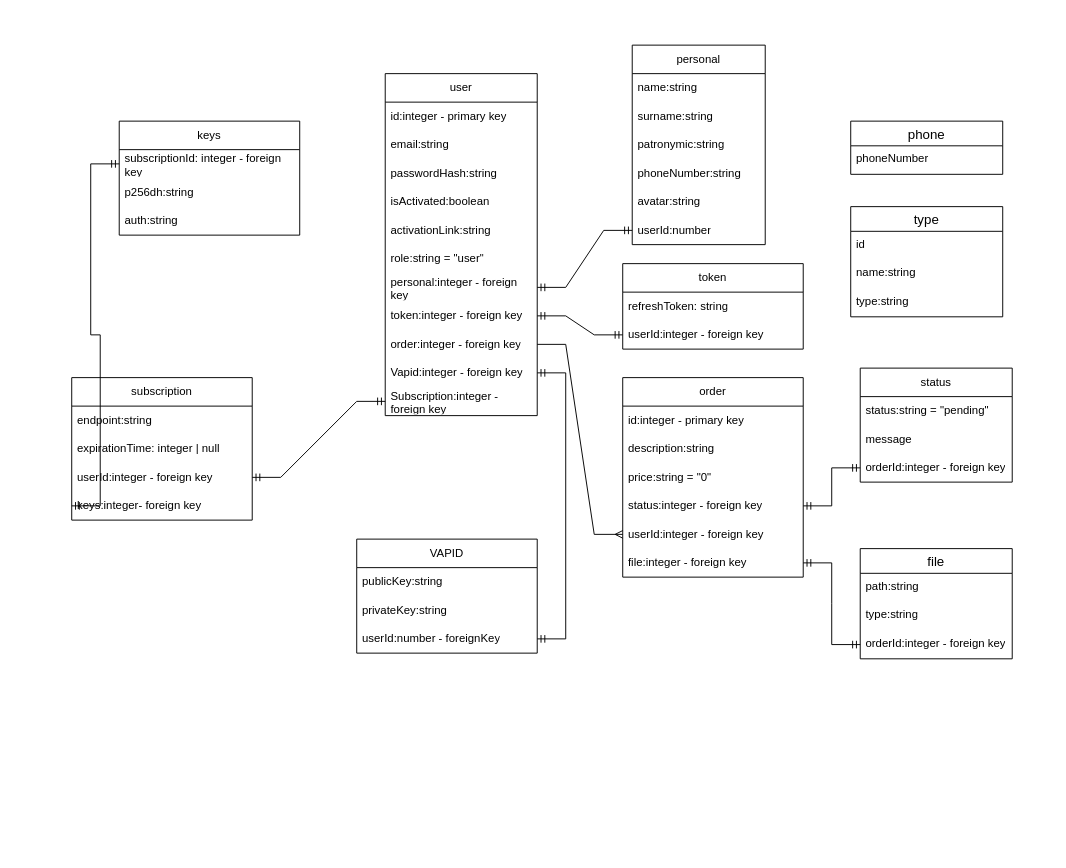
Above: ER.drawio in mv-Arthur/diploma (draw.io), before the change. Source tidied: cells renumbered, new cells numbered last; positions are measured from the earlier drawing's top-left corner, leaving out a move shared by most shapes. Both pictures are drawn from the tidied source at 95%, with x=0, y=0 at pixel (5, 45).
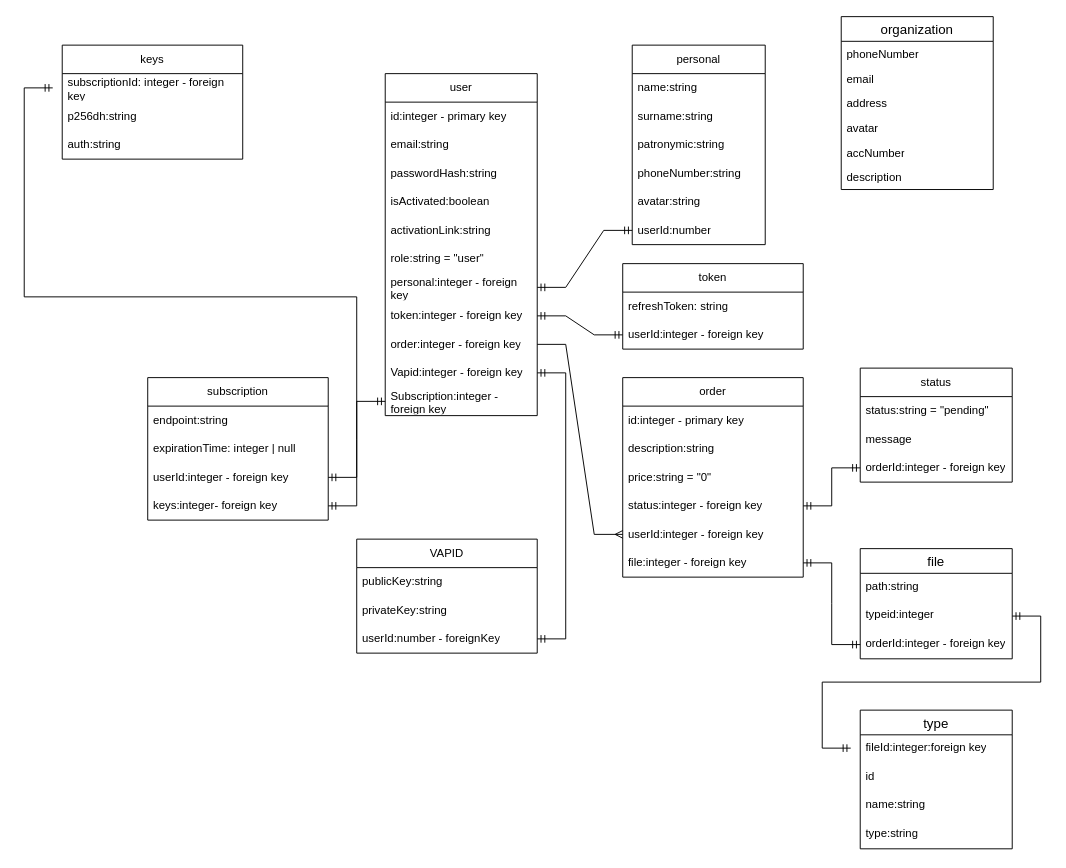
Above is the later version.

The change refers to these unchanged cells:
```xml
<mxCell id="26" value="file" style="swimlane;fontStyle=0;horizontal=1;startSize=26;align=center;fontSize=14;" parent="1" vertex="1">
  <mxGeometry x="900" y="530" width="160" height="116" as="geometry" />
</mxCell>
<mxCell id="51" value="keys:integer- foreign key" style="text;strokeColor=none;fillColor=none;align=left;verticalAlign=middle;spacingLeft=4;spacingRight=4;overflow=hidden;points=[[0,0.5],[1,0.5]];portConstraint=eastwest;whiteSpace=wrap;html=1;" parent="47" vertex="1">
  <mxGeometry y="120" width="190" height="30" as="geometry" />
</mxCell>
<mxCell id="54" value="subscriptionId: integer - foreign key" style="text;strokeColor=none;fillColor=none;align=left;verticalAlign=middle;spacingLeft=4;spacingRight=4;overflow=hidden;points=[[0,0.5],[1,0.5]];portConstraint=eastwest;whiteSpace=wrap;html=1;" parent="53" vertex="1">
  <mxGeometry y="30" width="190" height="30" as="geometry" />
</mxCell>
```

Change to the diagram source:
```diff
@@
-    <mxCell id="18" value="order" style="swimlane;fontStyle=0;horizontal=1;startSize=30;whiteSpace=wrap;html=1;" parent="1" vertex="1">
+    <mxCell id="18" value="order" style="swimlane;fontStyle=0;horizontal=1;startSize=30;whiteSpace=wrap;html=1;fillColor=none;strokeColor=default;" parent="1" vertex="1">
       <mxGeometry x="650" y="350" width="190" height="210" as="geometry" />
     </mxCell>
@@
-    <mxCell id="28" value="type:string" style="text;strokeColor=none;fillColor=none;spacingLeft=4;spacingRight=4;overflow=hidden;points=[[0,0.5],[1,0.5]];portConstraint=eastwest;fontSize=12;whiteSpace=wrap;html=1;" parent="26" vertex="1">
+    <mxCell id="28" value="typeid:integer" style="text;strokeColor=none;fillColor=none;spacingLeft=4;spacingRight=4;overflow=hidden;points=[[0,0.5],[1,0.5]];portConstraint=eastwest;fontSize=12;whiteSpace=wrap;html=1;" parent="26" vertex="1">
       <mxGeometry y="56" width="160" height="30" as="geometry" />
     </mxCell>
@@
     <mxCell id="31" value="type" style="swimlane;fontStyle=0;horizontal=1;startSize=26;align=center;fontSize=14;" parent="1" vertex="1">
-      <mxGeometry x="890" y="170" width="160" height="116" as="geometry" />
+      <mxGeometry x="900" y="700" width="160" height="146" as="geometry" />
     </mxCell>
+    <mxCell id="66" value="fileId:integer:foreign key" style="text;strokeColor=none;fillColor=none;spacingLeft=4;spacingRight=4;overflow=hidden;fontSize=12;whiteSpace=wrap;html=1;" parent="31" vertex="1">
+      <mxGeometry y="26" width="160" height="30" as="geometry" />
+    </mxCell>
     <mxCell id="32" value="id" style="text;strokeColor=none;fillColor=none;spacingLeft=4;spacingRight=4;overflow=hidden;fontSize=12;whiteSpace=wrap;html=1;" parent="31" vertex="1">
-      <mxGeometry y="26" width="160" height="30" as="geometry" />
+      <mxGeometry y="56" width="160" height="30" as="geometry" />
     </mxCell>
     <mxCell id="33" value="name:string" style="text;strokeColor=none;fillColor=none;spacingLeft=4;spacingRight=4;overflow=hidden;fontSize=12;whiteSpace=wrap;html=1;" parent="31" vertex="1">
-      <mxGeometry y="56" width="160" height="30" as="geometry" />
+      <mxGeometry y="86" width="160" height="30" as="geometry" />
     </mxCell>
     <mxCell id="34" value="type:string" style="text;strokeColor=none;fillColor=none;spacingLeft=4;spacingRight=4;overflow=hidden;fontSize=12;whiteSpace=wrap;html=1;" parent="31" vertex="1">
-      <mxGeometry y="86" width="160" height="30" as="geometry" />
+      <mxGeometry y="116" width="160" height="30" as="geometry" />
     </mxCell>
-    <mxCell id="35" value="phone" style="swimlane;fontStyle=0;horizontal=1;startSize=26;align=center;fontSize=14;" parent="1" vertex="1">
-      <mxGeometry x="890" y="80" width="160" height="56" as="geometry" />
+    <mxCell id="35" value="organization" style="swimlane;fontStyle=0;horizontal=1;startSize=26;align=center;fontSize=14;" parent="1" vertex="1">
+      <mxGeometry x="880" y="-30" width="160" height="182" as="geometry" />
     </mxCell>
     <mxCell id="36" value="phoneNumber" style="text;strokeColor=none;fillColor=none;spacingLeft=4;spacingRight=4;overflow=hidden;fontSize=12;whiteSpace=wrap;html=1;" parent="35" vertex="1">
-      <mxGeometry y="26" width="160" height="30" as="geometry" />
+      <mxGeometry y="26" width="160" height="26" as="geometry" />
     </mxCell>
+    <mxCell id="67" value="email" style="text;strokeColor=none;fillColor=none;spacingLeft=4;spacingRight=4;overflow=hidden;fontSize=12;whiteSpace=wrap;html=1;" parent="35" vertex="1">
+      <mxGeometry y="52" width="160" height="26" as="geometry" />
+    </mxCell>
+    <mxCell id="68" value="address" style="text;strokeColor=none;fillColor=none;spacingLeft=4;spacingRight=4;overflow=hidden;fontSize=12;whiteSpace=wrap;html=1;" parent="35" vertex="1">
+      <mxGeometry y="78" width="160" height="26" as="geometry" />
+    </mxCell>
+    <mxCell id="69" value="avatar" style="text;strokeColor=none;fillColor=none;spacingLeft=4;spacingRight=4;overflow=hidden;fontSize=12;whiteSpace=wrap;html=1;" parent="35" vertex="1">
+      <mxGeometry y="104" width="160" height="26" as="geometry" />
+    </mxCell>
+    <mxCell id="70" value="accNumber" style="text;strokeColor=none;fillColor=none;spacingLeft=4;spacingRight=4;overflow=hidden;fontSize=12;whiteSpace=wrap;html=1;" parent="35" vertex="1">
+      <mxGeometry y="130" width="160" height="26" as="geometry" />
+    </mxCell>
+    <mxCell id="71" value="description" style="text;strokeColor=none;fillColor=none;spacingLeft=4;spacingRight=4;overflow=hidden;fontSize=12;whiteSpace=wrap;html=1;" parent="35" vertex="1">
+      <mxGeometry y="156" width="160" height="26" as="geometry" />
+    </mxCell>
@@
     <mxCell id="47" value="subscription" style="swimlane;fontStyle=0;horizontal=1;startSize=30;whiteSpace=wrap;html=1;" parent="1" vertex="1">
-      <mxGeometry x="70" y="350" width="190" height="150" as="geometry" />
+      <mxGeometry x="150" y="350" width="190" height="150" as="geometry" />
     </mxCell>
@@
     <mxCell id="53" value="keys" style="swimlane;fontStyle=0;horizontal=1;startSize=30;whiteSpace=wrap;html=1;" parent="1" vertex="1">
-      <mxGeometry x="120" y="80" width="190" height="120" as="geometry" />
+      <mxGeometry x="60" width="190" height="120" as="geometry" />
     </mxCell>
@@
-    <mxCell id="57" style="edgeStyle=entityRelationEdgeStyle;fontSize=12;html=1;endArrow=ERmandOne;startArrow=ERmandOne;rounded=0;exitX=0;exitY=0.5;exitDx=0;exitDy=0;entryX=0;entryY=0.5;entryDx=0;entryDy=0;" parent="1" edge="1" source="51" target="54">
+    <mxCell id="57" style="edgeStyle=entityRelationEdgeStyle;fontSize=12;html=1;endArrow=ERmandOne;startArrow=ERmandOne;rounded=0;exitX=1;exitY=0.5;exitDx=0;exitDy=0;" parent="1" edge="1" source="51">
       <mxGeometry relative="1" as="geometry">
+        <mxPoint x="50" y="45" as="targetPoint" />
         <Array as="points">
-          <mxPoint x="140" y="150" />
-          <mxPoint y="370" />
-          <mxPoint x="100" y="250" />
+          <mxPoint x="50" y="310" />
+          <mxPoint x="20" y="300" />
         </Array>
       </mxGeometry>
     </mxCell>
@@
+    <mxCell id="72" style="edgeStyle=entityRelationEdgeStyle;fontSize=12;html=1;endArrow=ERmandOne;startArrow=ERmandOne;rounded=0;exitX=1;exitY=0.5;exitDx=0;exitDy=0;" parent="1" edge="1" source="28">
+      <mxGeometry relative="1" as="geometry">
+        <mxPoint x="890" y="740" as="targetPoint" />
+      </mxGeometry>
+    </mxCell>
```
